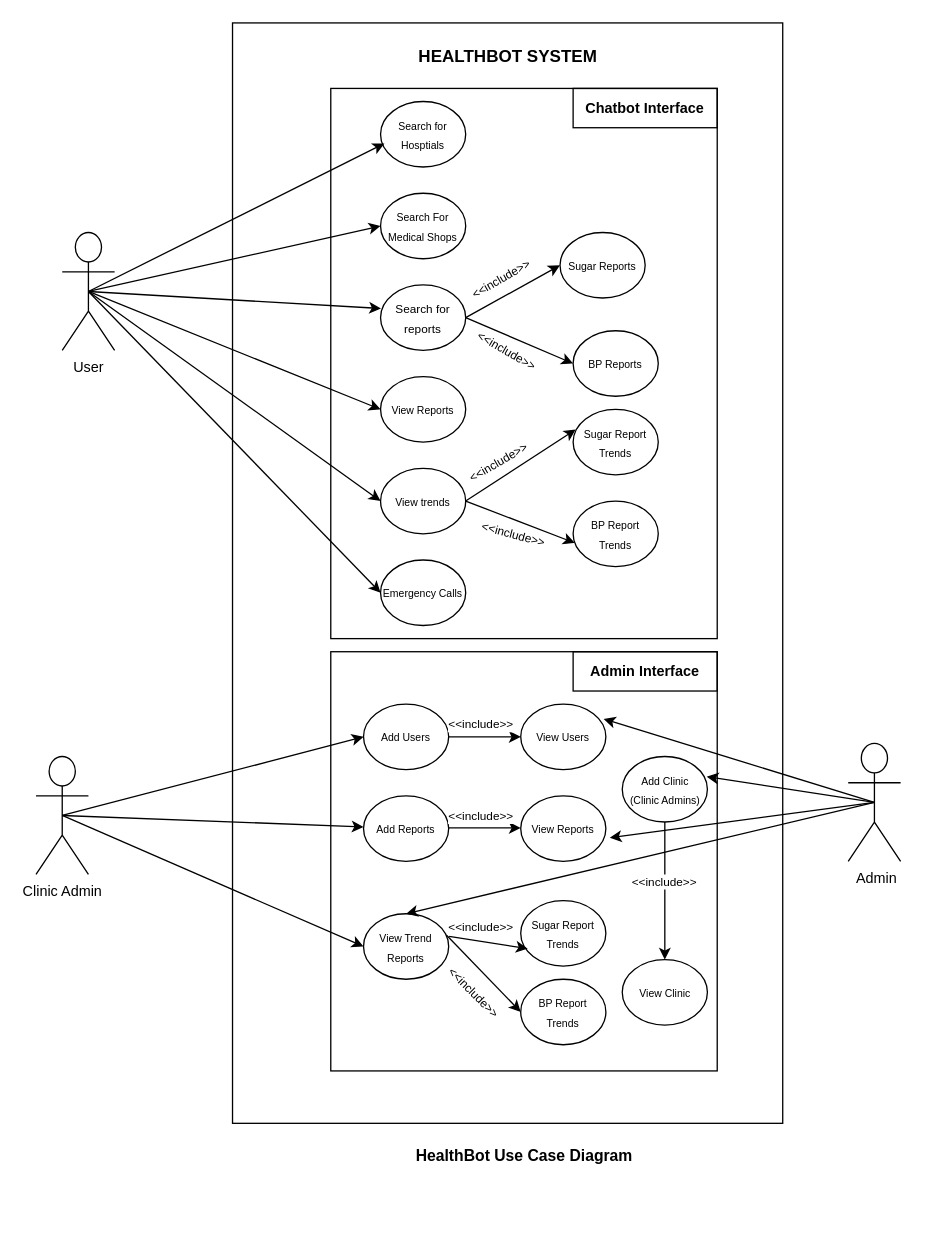
The draw.io diagram UseCaseDiagram.drawio in pranavn35/ProjectDiagrams, before the edit. Source tidied: cells renumbered, new cells numbered last; positions are measured from the earlier drawing's top-left corner, leaving out a move shared by most shapes. Both pictures are drawn from the tidied source at 131%, with x=0, y=0 at pixel (35, 22).
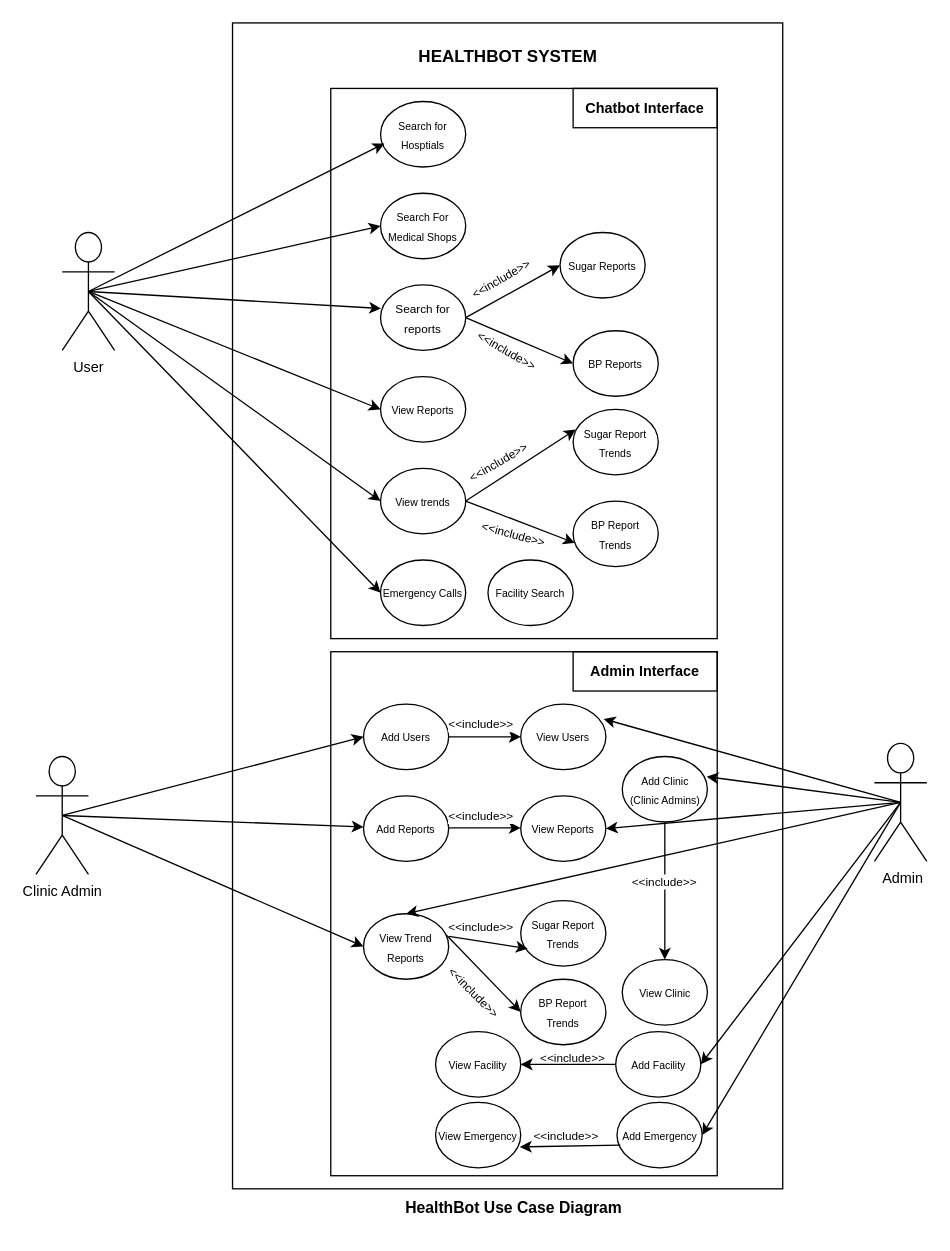
After the change.

Unchanged cells that the change refers to:
```xml
<mxCell id="35" value="&lt;font style=&quot;font-size: 8px&quot;&gt;View Trend Reports&lt;/font&gt;" style="ellipse;whiteSpace=wrap;html=1;fontColor=default;strokeColor=default;fillColor=none;" parent="1" vertex="1">
  <mxGeometry x="250" y="680" width="65" height="50" as="geometry" />
</mxCell>
<mxCell id="39" value="&lt;font style=&quot;font-size: 8px&quot;&gt;View Reports&lt;/font&gt;" style="ellipse;whiteSpace=wrap;html=1;fontColor=default;strokeColor=default;fillColor=none;" parent="1" vertex="1">
  <mxGeometry x="370" y="590" width="65" height="50" as="geometry" />
</mxCell>
```

Diff of the diagram source:
```diff
@@
     <mxCell id="2" style="rounded=0;whiteSpace=wrap;html=1;fillColor=none;strokeColor=default;fontColor=default;" parent="1" vertex="1">
-      <mxGeometry x="150" width="420" height="840" as="geometry" />
+      <mxGeometry x="150" width="420" height="890" as="geometry" />
     </mxCell>
@@
     <mxCell id="32" style="rounded=0;whiteSpace=wrap;html=1;fontColor=default;strokeColor=default;fillColor=none;" parent="1" vertex="1">
-      <mxGeometry x="225" y="480" width="295" height="320" as="geometry" />
+      <mxGeometry x="225" y="480" width="295" height="400" as="geometry" />
     </mxCell>
@@
     <mxCell id="52" value="&amp;nbsp;Admin" style="shape=umlActor;verticalLabelPosition=bottom;verticalAlign=top;html=1;outlineConnect=0;labelBackgroundColor=default;fontSize=11;fontColor=default;strokeColor=default;fillColor=none;" parent="1" vertex="1">
-      <mxGeometry x="620" y="550" width="40" height="90" as="geometry" />
+      <mxGeometry x="640" y="550" width="40" height="90" as="geometry" />
     </mxCell>
@@
-    <mxCell id="58" style="endArrow=classic;html=1;rounded=0;labelBackgroundColor=default;fontSize=9;fontColor=default;strokeColor=default;entryX=0.5;entryY=0;entryDx=0;entryDy=0;" parent="1" edge="1" target="35">
-      <mxGeometry relative="1" as="geometry">
-        <mxPoint x="640" y="595" as="sourcePoint" />
-      </mxGeometry>
+    <mxCell id="58" style="endArrow=classic;html=1;rounded=0;labelBackgroundColor=default;fontSize=9;fontColor=default;strokeColor=default;entryX=0.5;entryY=0;entryDx=0;entryDy=0;exitX=0.5;exitY=0.5;exitDx=0;exitDy=0;exitPerimeter=0;" parent="1" edge="1" source="52" target="35">
+      <mxGeometry relative="1" as="geometry" />
     </mxCell>
@@
-    <mxCell id="61" style="endArrow=classic;html=1;rounded=0;labelBackgroundColor=default;fontSize=9;fontColor=default;strokeColor=default;entryX=1.046;entryY=0.64;entryDx=0;entryDy=0;entryPerimeter=0;exitX=0.5;exitY=0.5;exitDx=0;exitDy=0;exitPerimeter=0;" parent="1" edge="1" source="52" target="39">
+    <mxCell id="61" style="endArrow=classic;html=1;rounded=0;labelBackgroundColor=default;fontSize=9;fontColor=default;strokeColor=default;entryX=1;entryY=0.5;entryDx=0;entryDy=0;exitX=0.5;exitY=0.5;exitDx=0;exitDy=0;exitPerimeter=0;" parent="1" edge="1" source="52" target="39">
       <mxGeometry relative="1" as="geometry" />
     </mxCell>
@@
     <mxCell id="63" value="&lt;b&gt;HealthBot Use Case Diagram&lt;/b&gt;" style="text;html=1;strokeColor=none;fillColor=none;align=center;verticalAlign=middle;whiteSpace=wrap;rounded=0;" parent="1" vertex="1">
-      <mxGeometry x="272.5" y="850" width="200" height="30" as="geometry" />
+      <mxGeometry x="265" y="890" width="200" height="30" as="geometry" />
     </mxCell>
+    <mxCell id="64" value="&lt;span style=&quot;font-size: 8px&quot;&gt;Add Facility&lt;/span&gt;" style="ellipse;whiteSpace=wrap;html=1;fontColor=default;strokeColor=default;fillColor=none;" parent="1" vertex="1">
+      <mxGeometry x="442.5" y="770" width="65" height="50" as="geometry" />
+    </mxCell>
+    <mxCell id="65" value="&lt;font style=&quot;font-size: 8px&quot;&gt;Facility Search&lt;/font&gt;" style="ellipse;whiteSpace=wrap;html=1;fontColor=default;strokeColor=default;fillColor=none;" parent="1" vertex="1">
+      <mxGeometry x="345" y="410" width="65" height="50" as="geometry" />
+    </mxCell>
+    <mxCell id="66" value="&lt;span style=&quot;font-size: 8px&quot;&gt;Add Emergency&lt;/span&gt;" style="ellipse;whiteSpace=wrap;html=1;fontColor=default;strokeColor=default;fillColor=none;" parent="1" vertex="1">
+      <mxGeometry x="443.5" y="824" width="65" height="50" as="geometry" />
+    </mxCell>
+    <mxCell id="67" style="endArrow=classic;html=1;rounded=0;labelBackgroundColor=default;fontSize=9;fontColor=default;strokeColor=default;entryX=1;entryY=0.5;entryDx=0;entryDy=0;exitX=0.5;exitY=0.5;exitDx=0;exitDy=0;exitPerimeter=0;" parent="1" edge="1" source="52" target="64">
+      <mxGeometry relative="1" as="geometry" />
+    </mxCell>
+    <mxCell id="68" style="endArrow=classic;html=1;rounded=0;labelBackgroundColor=default;fontSize=9;fontColor=default;strokeColor=default;entryX=1;entryY=0.5;entryDx=0;entryDy=0;exitX=0.5;exitY=0.5;exitDx=0;exitDy=0;exitPerimeter=0;" parent="1" edge="1" source="52" target="66">
+      <mxGeometry relative="1" as="geometry" />
+    </mxCell>
+    <mxCell id="69" value="&lt;font style=&quot;font-size: 8px&quot;&gt;View Facility&lt;/font&gt;" style="ellipse;whiteSpace=wrap;html=1;fontColor=default;strokeColor=default;fillColor=none;" parent="1" vertex="1">
+      <mxGeometry x="305" y="770" width="65" height="50" as="geometry" />
+    </mxCell>
+    <mxCell id="70" value="&lt;font style=&quot;font-size: 8px&quot;&gt;View Emergency&lt;/font&gt;" style="ellipse;whiteSpace=wrap;html=1;fontColor=default;strokeColor=default;fillColor=none;" parent="1" vertex="1">
+      <mxGeometry x="305" y="824" width="65" height="50" as="geometry" />
+    </mxCell>
+    <mxCell id="71" value="&lt;font style=&quot;font-size: 9px&quot;&gt;&amp;lt;&amp;lt;include&amp;gt;&amp;gt;&lt;/font&gt;" style="text;html=1;strokeColor=none;fillColor=none;align=center;verticalAlign=middle;whiteSpace=wrap;rounded=0;labelBackgroundColor=default;fontSize=11;fontColor=default;rotation=0;" parent="1" vertex="1">
+      <mxGeometry x="385" y="780" width="50" height="20" as="geometry" />
+    </mxCell>
+    <mxCell id="72" value="&lt;font style=&quot;font-size: 9px&quot;&gt;&amp;lt;&amp;lt;include&amp;gt;&amp;gt;&lt;/font&gt;" style="text;html=1;strokeColor=none;fillColor=none;align=center;verticalAlign=middle;whiteSpace=wrap;rounded=0;labelBackgroundColor=default;fontSize=11;fontColor=default;rotation=0;" parent="1" vertex="1">
+      <mxGeometry x="380" y="839" width="50" height="20" as="geometry" />
+    </mxCell>
+    <mxCell id="73" style="endArrow=classic;html=1;rounded=0;labelBackgroundColor=default;fontSize=9;fontColor=default;strokeColor=default;exitX=0;exitY=0.5;exitDx=0;exitDy=0;entryX=1;entryY=0.5;entryDx=0;entryDy=0;" parent="1" edge="1" source="64" target="69">
+      <mxGeometry relative="1" as="geometry" />
+    </mxCell>
+    <mxCell id="74" style="endArrow=classic;html=1;rounded=0;labelBackgroundColor=default;fontSize=9;fontColor=default;strokeColor=default;exitX=0.038;exitY=0.653;exitDx=0;exitDy=0;entryX=0.99;entryY=0.68;entryDx=0;entryDy=0;exitPerimeter=0;entryPerimeter=0;" parent="1" edge="1" source="66" target="70">
+      <mxGeometry relative="1" as="geometry" />
+    </mxCell>
```
